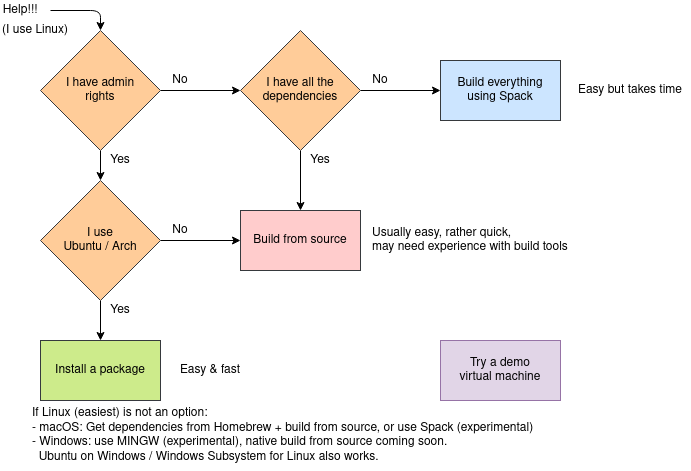
This is images/docs/install-decision.png from precice/precice.github.io, a draw.io export, as it was before one commit. Source tidied: cells renumbered, new cells last; positions are measured from the earlier drawing's top-left corner, leaving out a move shared by most shapes.
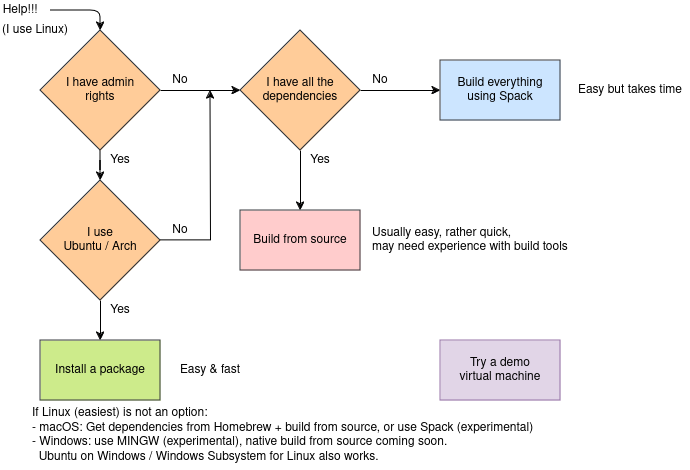
Later version of the same file.

Commit message:
Update installation overview figure

Change to the diagram source:
```diff
@@ -14,8 +14,10 @@
     <mxCell id="5" style="edgeStyle=orthogonalEdgeStyle;rounded=0;jettySize=auto;html=1;" parent="1" edge="1" source="7" target="8">
       <mxGeometry relative="1" as="geometry" />
     </mxCell>
-    <mxCell id="6" style="edgeStyle=orthogonalEdgeStyle;rounded=0;jettySize=auto;html=1;" parent="1" edge="1" source="7" target="12">
-      <mxGeometry relative="1" as="geometry" />
+    <mxCell id="6" style="edgeStyle=orthogonalEdgeStyle;rounded=0;jettySize=auto;html=1;" parent="1" edge="1" source="7">
+      <mxGeometry relative="1" as="geometry">
+        <mxPoint x="210" y="90" as="targetPoint" />
+      </mxGeometry>
     </mxCell>
     <mxCell id="7" value="I use&lt;br&gt;Ubuntu / Arch" style="rhombus;whiteSpace=wrap;html=1;fillColor=#ffcc99;strokeColor=#36393d;" parent="1" vertex="1">
       <mxGeometry x="40" y="180" width="120" height="120" as="geometry" />
```
